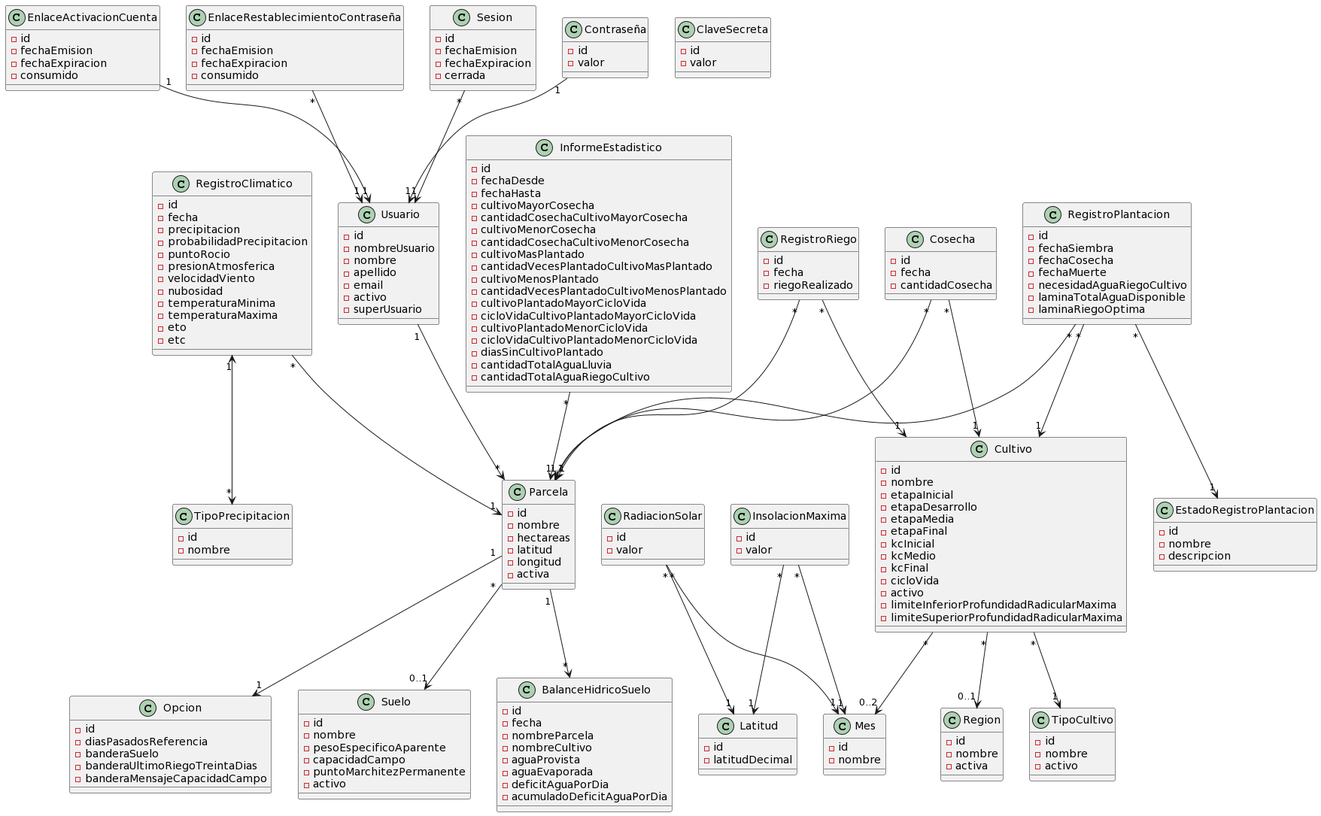
facundopaez-dev/sistema-web-riego keeps this PlantUML diagram as docs/domain model/Modelo de dominio.png. Above is the earlier version.
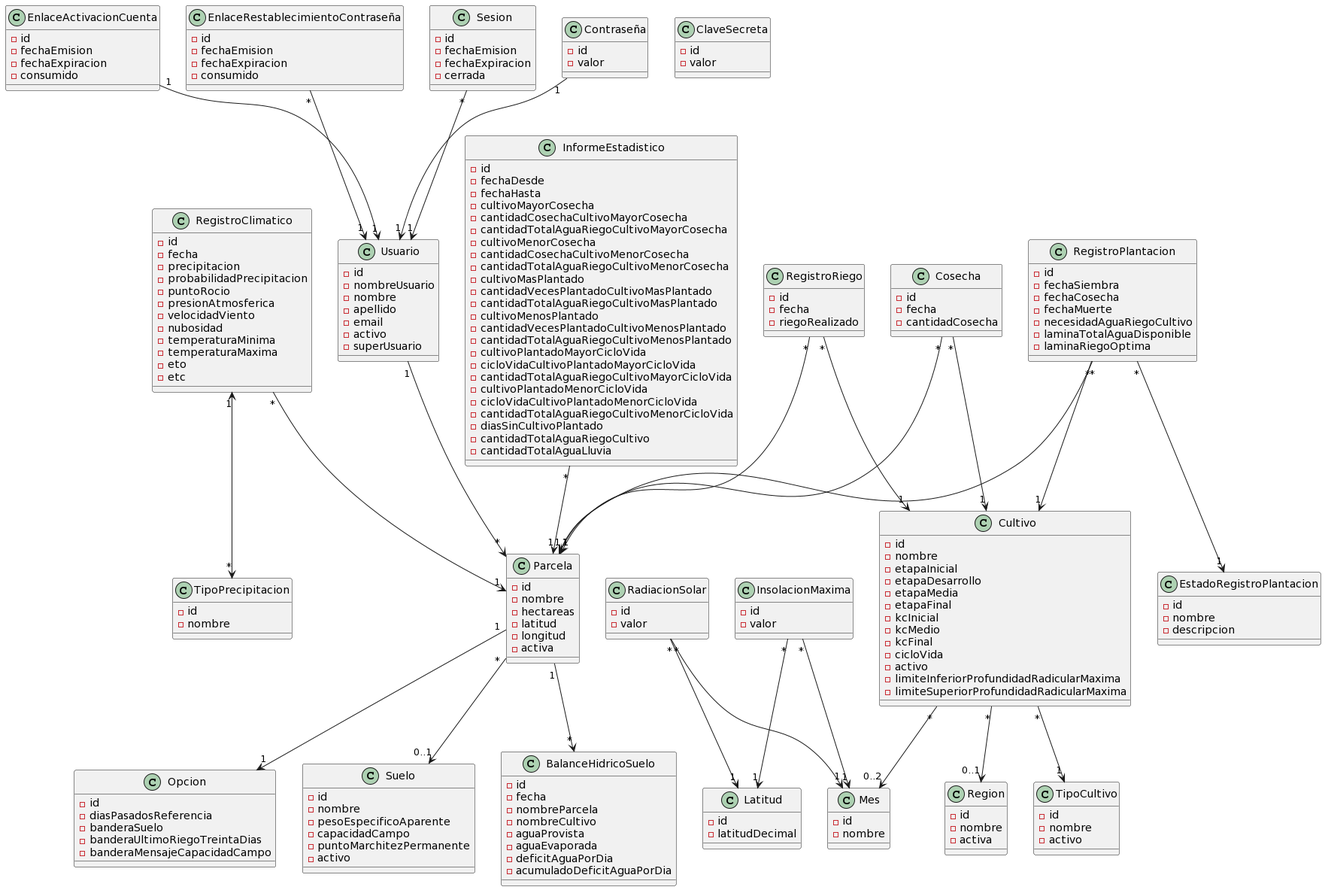
After the change.

Change to the diagram source:
```diff
@@ -46,19 +46,25 @@
 -fechaHasta
 -cultivoMayorCosecha
 -cantidadCosechaCultivoMayorCosecha
+-cantidadTotalAguaRiegoCultivoMayorCosecha
 -cultivoMenorCosecha
 -cantidadCosechaCultivoMenorCosecha
+-cantidadTotalAguaRiegoCultivoMenorCosecha
 -cultivoMasPlantado
 -cantidadVecesPlantadoCultivoMasPlantado
+-cantidadTotalAguaRiegoCultivoMasPlantado
 -cultivoMenosPlantado
 -cantidadVecesPlantadoCultivoMenosPlantado
+-cantidadTotalAguaRiegoCultivoMenosPlantado
 -cultivoPlantadoMayorCicloVida
 -cicloVidaCultivoPlantadoMayorCicloVida
+-cantidadTotalAguaRiegoCultivoMayorCicloVida
 -cultivoPlantadoMenorCicloVida
 -cicloVidaCultivoPlantadoMenorCicloVida
+-cantidadTotalAguaRiegoCultivoMenorCicloVida
 -diasSinCultivoPlantado
+-cantidadTotalAguaRiegoCultivo
 -cantidadTotalAguaLluvia
--cantidadTotalAguaRiegoCultivo
 }
 
 class Cultivo {
```
